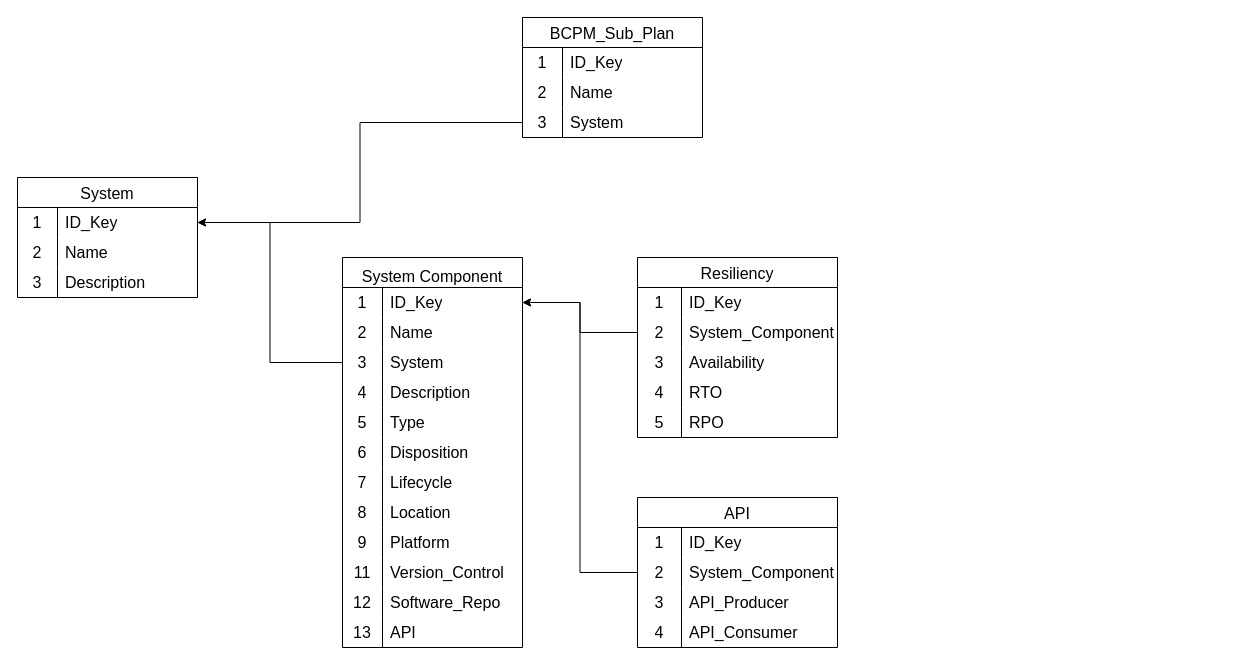
Earlier version of the draw.io diagram page "APM Data Model" (1 of 3) of images/itsm.drawio (bpayt2/temp). Source tidied: cells renumbered, new cells numbered last; positions are measured from the earlier drawing's top-left corner, leaving out a move shared by most shapes. Both pictures are drawn from the tidied source at 100%, with x=0, y=0 at pixel (17, 17).
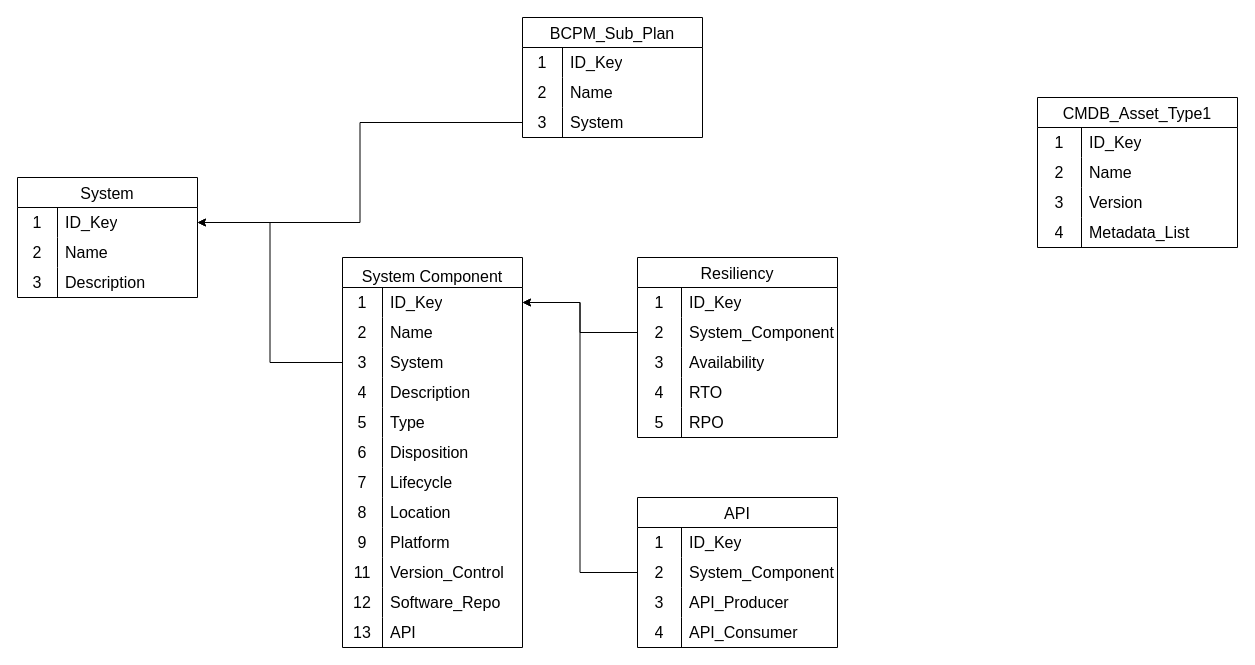
Above is the later version.

The edit, as a diff of the source:
```diff
@@
+    <mxCell id="92" value="CMDB_Asset_Type1" style="shape=table;startSize=30;childLayout=tableLayout;rowLines=0;fontStyle=0;strokeColor=default;fontSize=16;" parent="1" vertex="1">
+      <mxGeometry x="1020" y="80" width="200" height="150" as="geometry" />
+    </mxCell>
+    <mxCell id="93" style="shape=tableRow;horizontal=0;startSize=0;swimlaneHead=0;swimlaneBody=0;top=0;left=0;bottom=0;right=0;fillColor=none;strokeColor=inherit;fontSize=16;" parent="92" vertex="1">
+      <mxGeometry y="30" width="200" height="30" as="geometry" />
+    </mxCell>
+    <mxCell id="94" value="1" style="shape=partialRectangle;html=1;whiteSpace=wrap;fillColor=none;top=0;left=0;bottom=0;right=0;overflow=hidden;strokeColor=inherit;fontSize=16;" parent="93" vertex="1">
+      <mxGeometry width="44" height="30" as="geometry" />
+    </mxCell>
+    <mxCell id="95" value="ID_Key" style="shape=partialRectangle;html=1;whiteSpace=wrap;fillColor=none;top=0;left=0;bottom=0;right=0;align=left;spacingLeft=6;overflow=hidden;strokeColor=inherit;fontSize=16;" parent="93" vertex="1">
+      <mxGeometry x="44" width="156" height="30" as="geometry" />
+    </mxCell>
+    <mxCell id="96" style="shape=tableRow;horizontal=0;startSize=0;swimlaneHead=0;swimlaneBody=0;top=0;left=0;bottom=0;right=0;fillColor=none;strokeColor=inherit;fontSize=16;" parent="92" vertex="1">
+      <mxGeometry y="60" width="200" height="30" as="geometry" />
+    </mxCell>
+    <mxCell id="97" value="2" style="shape=partialRectangle;html=1;whiteSpace=wrap;fillColor=none;top=0;left=0;bottom=0;right=0;overflow=hidden;strokeColor=inherit;fontSize=16;" parent="96" vertex="1">
+      <mxGeometry width="44" height="30" as="geometry" />
+    </mxCell>
+    <mxCell id="98" value="Name" style="shape=partialRectangle;html=1;whiteSpace=wrap;fillColor=none;top=0;left=0;bottom=0;right=0;align=left;spacingLeft=6;overflow=hidden;strokeColor=inherit;fontSize=16;" parent="96" vertex="1">
+      <mxGeometry x="44" width="156" height="30" as="geometry" />
+    </mxCell>
+    <mxCell id="99" style="shape=tableRow;horizontal=0;startSize=0;swimlaneHead=0;swimlaneBody=0;top=0;left=0;bottom=0;right=0;fillColor=none;strokeColor=inherit;fontSize=16;" parent="92" vertex="1">
+      <mxGeometry y="90" width="200" height="30" as="geometry" />
+    </mxCell>
+    <mxCell id="100" value="3" style="shape=partialRectangle;html=1;whiteSpace=wrap;fillColor=none;top=0;left=0;bottom=0;right=0;overflow=hidden;strokeColor=inherit;fontSize=16;" parent="99" vertex="1">
+      <mxGeometry width="44" height="30" as="geometry" />
+    </mxCell>
+    <mxCell id="101" value="Version" style="shape=partialRectangle;html=1;whiteSpace=wrap;fillColor=none;top=0;left=0;bottom=0;right=0;align=left;spacingLeft=6;overflow=hidden;strokeColor=inherit;fontSize=16;" parent="99" vertex="1">
+      <mxGeometry x="44" width="156" height="30" as="geometry" />
+    </mxCell>
+    <mxCell id="102" style="shape=tableRow;horizontal=0;startSize=0;swimlaneHead=0;swimlaneBody=0;top=0;left=0;bottom=0;right=0;fillColor=none;strokeColor=inherit;fontSize=16;" parent="92" vertex="1">
+      <mxGeometry y="120" width="200" height="30" as="geometry" />
+    </mxCell>
+    <mxCell id="103" value="4" style="shape=partialRectangle;html=1;whiteSpace=wrap;fillColor=none;top=0;left=0;bottom=0;right=0;overflow=hidden;strokeColor=inherit;fontSize=16;" parent="102" vertex="1">
+      <mxGeometry width="44" height="30" as="geometry" />
+    </mxCell>
+    <mxCell id="104" value="Metadata_List" style="shape=partialRectangle;html=1;whiteSpace=wrap;fillColor=none;top=0;left=0;bottom=0;right=0;align=left;spacingLeft=6;overflow=hidden;strokeColor=inherit;fontSize=16;" parent="102" vertex="1">
+      <mxGeometry x="44" width="156" height="30" as="geometry" />
+    </mxCell>
```
